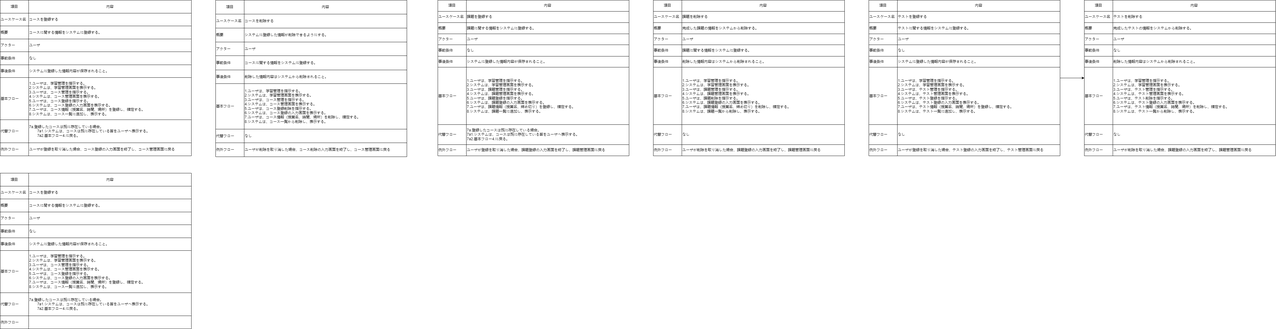
Hu-Hanxu/First-App-Self-Management- keeps this draw.io diagram as Eventflow.drawio.png. Above is the earlier version. Source tidied: cells renumbered, new cells last; positions are measured from the earlier drawing's top-left corner, leaving out a move shared by most shapes.
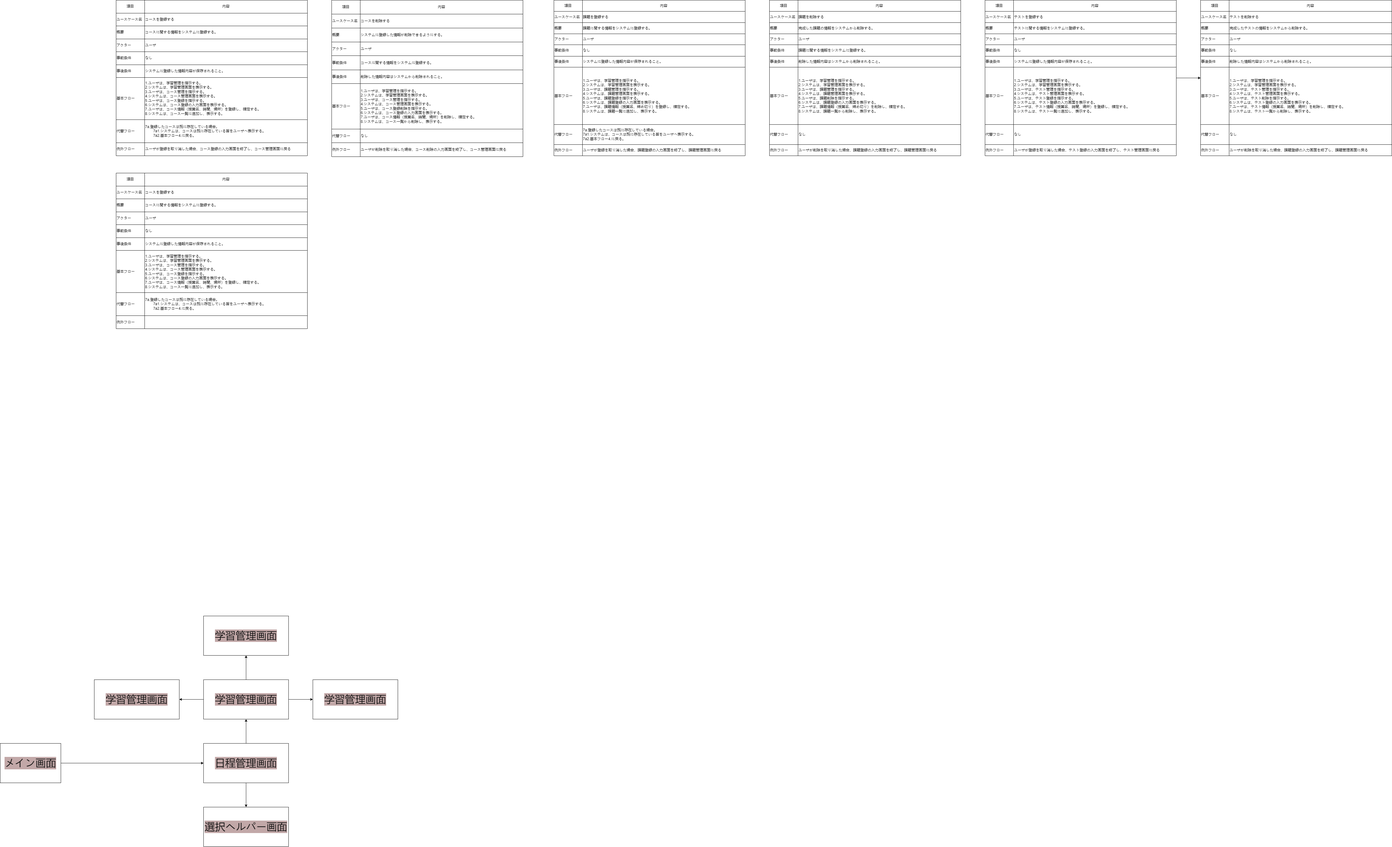
Above is the later version.

The edit, as a diff of the source:
```diff
@@ -608,5 +608,44 @@
     <mxCell id="203" value="ユーザが削除を取り消した場合、課題登録の入力画面を終了し、課題管理画面に戻る" style="shape=partialRectangle;html=1;whiteSpace=wrap;fillColor=none;top=0;left=0;bottom=0;right=0;overflow=hidden;align=left;" parent="201" vertex="1">
       <mxGeometry x="94" width="536" height="37" as="geometry" />
     </mxCell>
+    <mxCell id="204" style="edgeStyle=none;html=1;fontSize=34;fontColor=#0d0d0d;" parent="1" edge="1" source="205" target="208">
+      <mxGeometry relative="1" as="geometry" />
+    </mxCell>
+    <mxCell id="205" value="メイン画面" style="rounded=0;whiteSpace=wrap;html=1;labelBackgroundColor=#c2a8a8;fontColor=#0d0d0d;fontSize=34;" parent="1" vertex="1">
+      <mxGeometry x="-382" y="2450" width="200" height="130" as="geometry" />
+    </mxCell>
+    <mxCell id="206" style="edgeStyle=none;html=1;fontSize=34;fontColor=#0d0d0d;" parent="1" edge="1" source="208" target="212">
+      <mxGeometry relative="1" as="geometry" />
+    </mxCell>
+    <mxCell id="207" style="edgeStyle=none;html=1;fontSize=34;fontColor=#0d0d0d;" parent="1" edge="1" source="208" target="213">
+      <mxGeometry relative="1" as="geometry" />
+    </mxCell>
+    <mxCell id="208" value="日程管理画面" style="rounded=0;whiteSpace=wrap;html=1;labelBackgroundColor=#c2a8a8;fontColor=#0d0d0d;fontSize=34;" parent="1" vertex="1">
+      <mxGeometry x="288" y="2450" width="280" height="130" as="geometry" />
+    </mxCell>
+    <mxCell id="209" style="edgeStyle=none;html=1;fontSize=34;fontColor=#0d0d0d;" parent="1" edge="1" source="212" target="214">
+      <mxGeometry relative="1" as="geometry" />
+    </mxCell>
+    <mxCell id="210" style="edgeStyle=none;html=1;fontSize=34;fontColor=#0d0d0d;" parent="1" edge="1" source="212" target="215">
+      <mxGeometry relative="1" as="geometry" />
+    </mxCell>
+    <mxCell id="211" style="edgeStyle=none;html=1;fontSize=34;fontColor=#0d0d0d;" parent="1" edge="1" source="212" target="216">
+      <mxGeometry relative="1" as="geometry" />
+    </mxCell>
+    <mxCell id="212" value="学習管理画面" style="rounded=0;whiteSpace=wrap;html=1;labelBackgroundColor=#c2a8a8;fontColor=#0d0d0d;fontSize=34;" parent="1" vertex="1">
+      <mxGeometry x="288" y="2240" width="280" height="130" as="geometry" />
+    </mxCell>
+    <mxCell id="213" value="選択ヘルパー画面" style="rounded=0;whiteSpace=wrap;html=1;labelBackgroundColor=#c2a8a8;fontColor=#0d0d0d;fontSize=34;" parent="1" vertex="1">
+      <mxGeometry x="288" y="2660" width="280" height="130" as="geometry" />
+    </mxCell>
+    <mxCell id="214" value="学習管理画面" style="rounded=0;whiteSpace=wrap;html=1;labelBackgroundColor=#c2a8a8;fontColor=#0d0d0d;fontSize=34;" parent="1" vertex="1">
+      <mxGeometry x="648" y="2240" width="280" height="130" as="geometry" />
+    </mxCell>
+    <mxCell id="215" value="学習管理画面" style="rounded=0;whiteSpace=wrap;html=1;labelBackgroundColor=#c2a8a8;fontColor=#0d0d0d;fontSize=34;" parent="1" vertex="1">
+      <mxGeometry x="-72" y="2240" width="280" height="130" as="geometry" />
+    </mxCell>
+    <mxCell id="216" value="学習管理画面" style="rounded=0;whiteSpace=wrap;html=1;labelBackgroundColor=#c2a8a8;fontColor=#0d0d0d;fontSize=34;" parent="1" vertex="1">
+      <mxGeometry x="288" y="2030" width="280" height="130" as="geometry" />
+    </mxCell>
   </root>
 </mxGraphModel>
```
